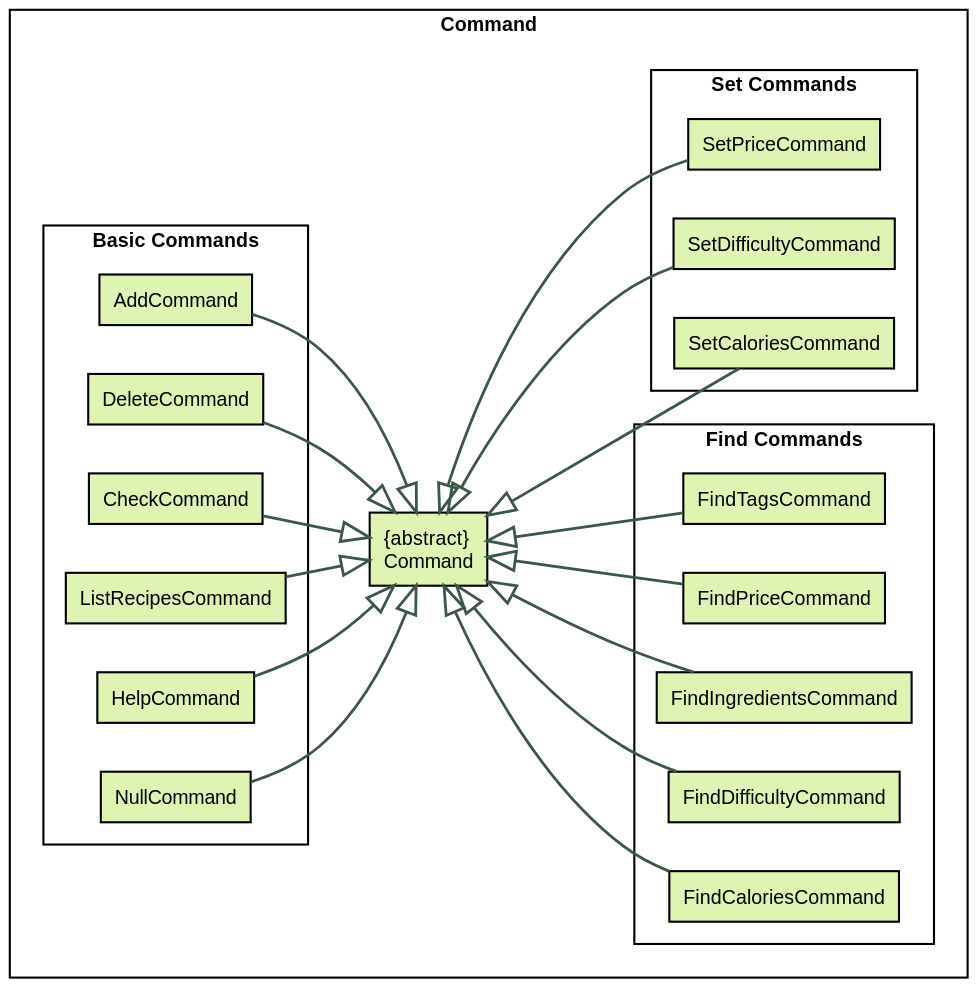
Before: docs/RenderedUML/CommandRects.svg, a diagram exported from PlantUML (nus-cs2113-AY2122S1/tp).
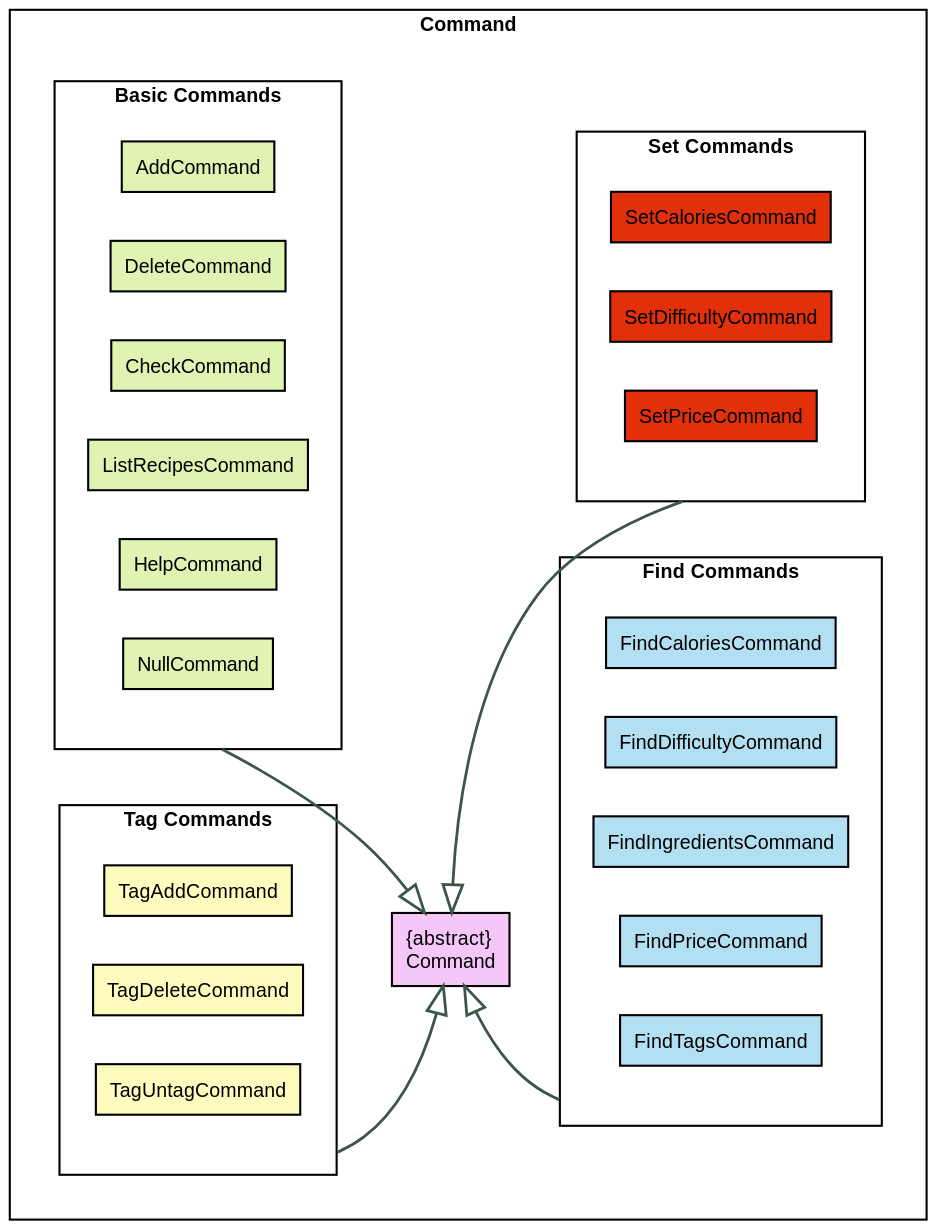
The same diagram one commit later.

Commit message:
Updated Command Component

What changed in the source:
```diff
@@ -4,7 +4,7 @@
 left to right direction
 
 rectangle "Command" {
-    rectangle "{abstract}\nCommand" LOGIC_GREEN_1 {
+    rectangle "{abstract}\nCommand" LOGIC_PINK_1 {
     }
 
     rectangle "Basic Commands" {
@@ -28,46 +28,48 @@
     }
 
     Rectangle "Find Commands" {
-        rectangle FindCaloriesCommand LOGIC_GREEN_1 {
+        rectangle FindCaloriesCommand LOGIC_BLUE_1 {
         }
 
-        rectangle FindDifficultyCommand LOGIC_GREEN_1 {
+        rectangle FindDifficultyCommand LOGIC_BLUE_1 {
         }
 
-        rectangle FindIngredientsCommand LOGIC_GREEN_1 {
+        rectangle FindIngredientsCommand LOGIC_BLUE_1 {
         }
 
-        rectangle FindPriceCommand LOGIC_GREEN_1 {
+        rectangle FindPriceCommand LOGIC_BLUE_1 {
         }
 
-        rectangle FindTagsCommand LOGIC_GREEN_1 {
+        rectangle FindTagsCommand LOGIC_BLUE_1 {
         }
     }
 
     rectangle "Set Commands" {
-        rectangle SetCaloriesCommand LOGIC_GREEN_1 {
+        rectangle SetCaloriesCommand LOGIC_RED_1 {
         }
 
-        rectangle SetDifficultyCommand LOGIC_GREEN_1 {
+        rectangle SetDifficultyCommand LOGIC_RED_1 {
         }
 
-        rectangle SetPriceCommand LOGIC_GREEN_1 {
+        rectangle SetPriceCommand LOGIC_RED_1 {
         }
     }
 
-    AddCommand --|> "{abstract}\nCommand"
-    DeleteCommand --|> "{abstract}\nCommand"
-    CheckCommand --|> "{abstract}\nCommand"
-    ListRecipesCommand --|> "{abstract}\nCommand"
-    HelpCommand --|> "{abstract}\nCommand"
-    NullCommand --|> "{abstract}\nCommand"
-    "{abstract}\nCommand" <|--- FindCaloriesCommand
-    "{abstract}\nCommand" <|--- FindDifficultyCommand
-    "{abstract}\nCommand" <|--- FindIngredientsCommand
-    "{abstract}\nCommand" <|--- FindPriceCommand
-    "{abstract}\nCommand" <|--- FindTagsCommand
-    "{abstract}\nCommand" <|--- SetCaloriesCommand
-    "{abstract}\nCommand" <|-- SetDifficultyCommand
-    "{abstract}\nCommand" <|-- SetPriceCommand
+    rectangle "Tag Commands" {
+            rectangle TagAddCommand LOGIC_YELLOW_1 {
+            }
+
+            rectangle TagDeleteCommand LOGIC_YELLOW_1 {
+            }
+
+            rectangle TagUntagCommand LOGIC_YELLOW_1 {
+            }
+        }
+
+    "Basic Commands" --|> "{abstract}\nCommand"
+    "Tag Commands" --|> "{abstract}\nCommand"
+    "{abstract}\nCommand" <|-- "Find Commands"
+    "{abstract}\nCommand" <|-- "Set Commands"
+
 }
 @enduml
```
